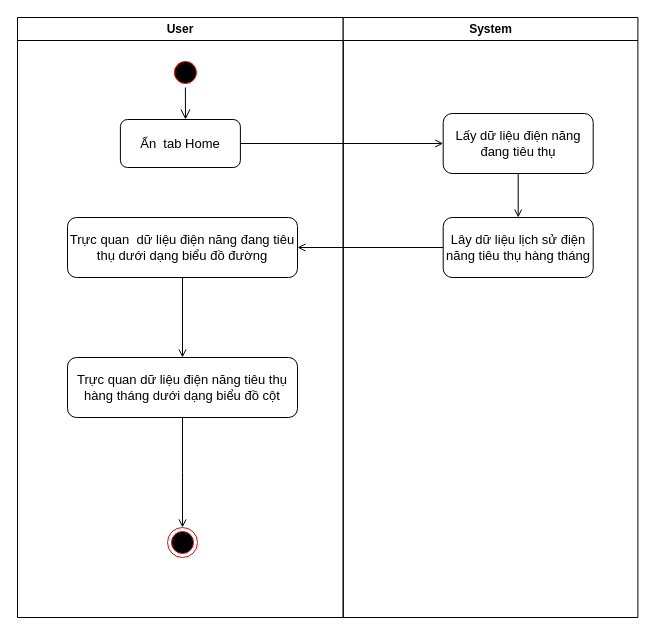
This is page "Page-2" (2 of 6) of client/Untitled Diagram.drawio from pham-phuc/App_do_an, a draw.io file, before an edit. Source tidied: cells renumbered, new cells numbered last; positions are measured from the earlier drawing's top-left corner, leaving out a move shared by most shapes. Both pictures are drawn from the tidied source at 100%, with x=0, y=0 at pixel (17, 17).
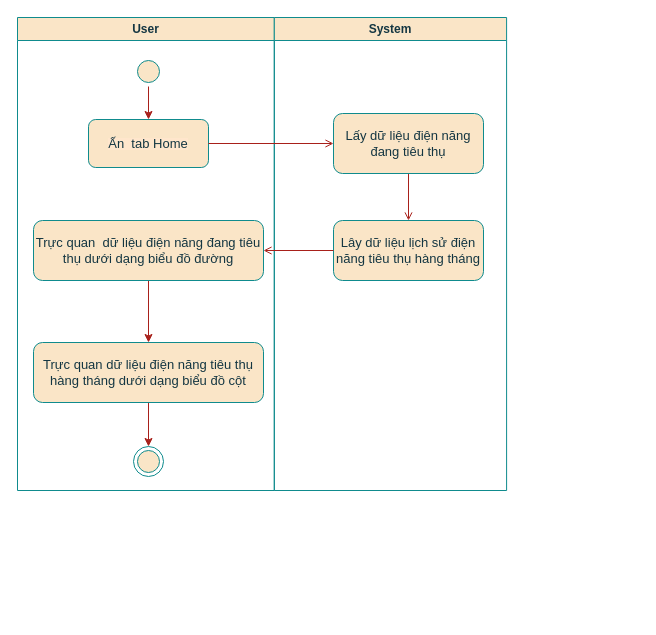
The same page after the edit.

Change to the diagram source:
```diff
@@
-    <mxCell id="2" value="User" style="swimlane;whiteSpace=wrap;" parent="1" vertex="1">
-      <mxGeometry width="325.7" height="600" as="geometry" />
+    <mxCell id="2" value="User" style="swimlane;whiteSpace=wrap;labelBackgroundColor=none;fillColor=#FAE5C7;strokeColor=#0F8B8D;fontColor=#143642;" parent="1" vertex="1">
+      <mxGeometry width="256.8" height="473" as="geometry" />
     </mxCell>
+    <mxCell id="18" style="edgeStyle=orthogonalEdgeStyle;rounded=0;jettySize=auto;html=1;strokeColor=#A8201A;fontColor=#143642;fillColor=#FAE5C7;" parent="2" edge="1" source="3" target="5">
+      <mxGeometry relative="1" as="geometry" />
+    </mxCell>
-    <mxCell id="3" style="ellipse;shape=startState;fillColor=#000000;strokeColor=#ff0000;" parent="2" vertex="1">
-      <mxGeometry x="152.9" y="40" width="30" height="30" as="geometry" />
+    <mxCell id="3" style="ellipse;shape=startState;fillColor=#FAE5C7;strokeColor=#0F8B8D;labelBackgroundColor=none;fontColor=#143642;" parent="2" vertex="1">
+      <mxGeometry x="116" y="39" width="30" height="30" as="geometry" />
     </mxCell>
-    <mxCell id="4" style="edgeStyle=elbowEdgeStyle;elbow=horizontal;verticalAlign=bottom;endArrow=open;endSize=8;strokeColor=#000000;endFill=1;rounded=0;" parent="2" edge="1" source="3">
-      <mxGeometry x="100" y="40" as="geometry">
-        <mxPoint x="167.9" y="102" as="targetPoint" />
-      </mxGeometry>
-    </mxCell>
-    <mxCell id="5" value="&lt;span style=&quot;text-wrap-mode: nowrap; background-color: rgb(251, 251, 251);&quot;&gt;&lt;font style=&quot;font-size: 13px;&quot;&gt;Ấn&amp;nbsp; tab Home&lt;/font&gt;&lt;/span&gt;" style="rounded=1;whiteSpace=wrap;html=1;fontFamily=Helvetica;fontSize=11;fontColor=default;labelBackgroundColor=default;" parent="2" vertex="1">
-      <mxGeometry x="102.9" y="102" width="120" height="48" as="geometry" />
+    <mxCell id="5" value="&lt;span style=&quot;text-wrap-mode: nowrap; background-color: rgb(255, 230, 204);&quot;&gt;&lt;font style=&quot;font-size: 13px;&quot;&gt;Ấn&amp;nbsp; tab Home&lt;/font&gt;&lt;/span&gt;" style="rounded=1;whiteSpace=wrap;html=1;fontFamily=Helvetica;fontSize=11;fontColor=#143642;labelBackgroundColor=none;fillColor=#FAE5C7;strokeColor=#0F8B8D;" parent="2" vertex="1">
+      <mxGeometry x="71" y="102" width="120" height="48" as="geometry" />
     </mxCell>
-    <mxCell id="6" style="edgeStyle=orthogonalEdgeStyle;rounded=0;orthogonalLoop=1;jettySize=auto;html=1;exitX=0.5;exitY=1;exitDx=0;exitDy=0;" parent="2" edge="1">
+    <mxCell id="6" style="edgeStyle=orthogonalEdgeStyle;rounded=0;orthogonalLoop=1;jettySize=auto;html=1;exitX=0.5;exitY=1;exitDx=0;exitDy=0;labelBackgroundColor=none;strokeColor=#A8201A;fontColor=default;" parent="2" edge="1">
       <mxGeometry relative="1" as="geometry">
         <mxPoint x="110" y="508" as="sourcePoint" />
         <mxPoint x="110" y="508" as="targetPoint" />
       </mxGeometry>
     </mxCell>
-    <mxCell id="7" style="edgeStyle=orthogonalEdgeStyle;shape=connector;rounded=0;jettySize=auto;html=1;strokeColor=default;align=center;verticalAlign=middle;fontFamily=Helvetica;fontSize=11;fontColor=default;labelBackgroundColor=default;endArrow=open;endFill=0;" parent="2" edge="1" source="8" target="10">
+    <mxCell id="7" style="edgeStyle=orthogonalEdgeStyle;rounded=0;jettySize=auto;html=1;strokeColor=#A8201A;fontColor=#143642;fillColor=#FAE5C7;" parent="2" edge="1" source="8" target="10">
       <mxGeometry relative="1" as="geometry" />
     </mxCell>
-    <mxCell id="8" value="&lt;font style=&quot;font-size: 13px;&quot;&gt;Trực quan&amp;nbsp; dữ liệu điện năng đang tiêu thụ dưới dạng biểu đồ đường&lt;/font&gt;" style="whiteSpace=wrap;html=1;fontSize=11;rounded=1;labelBackgroundColor=default;" parent="2" vertex="1">
-      <mxGeometry x="50" y="200" width="230" height="60" as="geometry" />
+    <mxCell id="8" value="&lt;font style=&quot;font-size: 13px;&quot;&gt;Trực quan&amp;nbsp; dữ liệu điện năng đang tiêu thụ dưới dạng biểu đồ đường&lt;/font&gt;" style="whiteSpace=wrap;html=1;fontSize=11;rounded=1;labelBackgroundColor=none;fillColor=#FAE5C7;strokeColor=#0F8B8D;fontColor=#143642;" parent="2" vertex="1">
+      <mxGeometry x="16" y="203" width="230" height="60" as="geometry" />
     </mxCell>
-    <mxCell id="9" style="edgeStyle=orthogonalEdgeStyle;shape=connector;rounded=0;jettySize=auto;html=1;strokeColor=default;align=center;verticalAlign=middle;fontFamily=Helvetica;fontSize=11;fontColor=default;labelBackgroundColor=default;endArrow=open;endFill=0;" parent="2" edge="1" source="10">
-      <mxGeometry relative="1" as="geometry">
-        <mxPoint x="165" y="510" as="targetPoint" />
-      </mxGeometry>
-    </mxCell>
+    <mxCell id="19" style="edgeStyle=orthogonalEdgeStyle;rounded=0;jettySize=auto;html=1;strokeColor=#A8201A;fontColor=#143642;fillColor=#FAE5C7;" parent="2" edge="1" source="10" target="11">
+      <mxGeometry relative="1" as="geometry" />
+    </mxCell>
-    <mxCell id="10" value="&lt;span style=&quot;font-size: 13px;&quot;&gt;Trực quan dữ liệu điện năng tiêu thụ hàng tháng dưới dạng biểu đồ cột&lt;/span&gt;" style="whiteSpace=wrap;html=1;fontSize=11;rounded=1;labelBackgroundColor=default;" parent="2" vertex="1">
-      <mxGeometry x="50" y="340" width="230" height="60" as="geometry" />
+    <mxCell id="10" value="&lt;span style=&quot;font-size: 13px;&quot;&gt;Trực quan dữ liệu điện năng tiêu thụ hàng tháng dưới dạng biểu đồ cột&lt;/span&gt;" style="whiteSpace=wrap;html=1;fontSize=11;rounded=1;labelBackgroundColor=none;fillColor=#FAE5C7;strokeColor=#0F8B8D;fontColor=#143642;" parent="2" vertex="1">
+      <mxGeometry x="16" y="325" width="230" height="60" as="geometry" />
     </mxCell>
-    <mxCell id="11" style="ellipse;html=1;shape=endState;fillColor=#000000;strokeColor=#ff0000;fontFamily=Helvetica;fontSize=11;fontColor=default;labelBackgroundColor=default;" parent="2" vertex="1">
-      <mxGeometry x="150" y="510" width="30" height="30" as="geometry" />
+    <mxCell id="11" style="ellipse;html=1;shape=endState;fillColor=#FAE5C7;strokeColor=#0F8B8D;fontFamily=Helvetica;fontSize=11;fontColor=#143642;labelBackgroundColor=none;" parent="2" vertex="1">
+      <mxGeometry x="116" y="429" width="30" height="30" as="geometry" />
     </mxCell>
-    <mxCell id="12" value="System" style="swimlane;whiteSpace=wrap;" parent="1" vertex="1">
-      <mxGeometry x="325.7" width="294.7" height="600" as="geometry" />
+    <mxCell id="12" value="System" style="swimlane;whiteSpace=wrap;labelBackgroundColor=none;fillColor=#FAE5C7;strokeColor=#0F8B8D;fontColor=#143642;" parent="1" vertex="1">
+      <mxGeometry x="256.8" width="232.3" height="473" as="geometry" />
     </mxCell>
-    <mxCell id="13" style="edgeStyle=orthogonalEdgeStyle;shape=connector;rounded=0;jettySize=auto;html=1;strokeColor=default;align=center;verticalAlign=middle;fontFamily=Helvetica;fontSize=11;fontColor=default;labelBackgroundColor=default;endArrow=open;endFill=0;" parent="12" edge="1" source="14" target="15">
+    <mxCell id="13" style="edgeStyle=orthogonalEdgeStyle;shape=connector;rounded=0;jettySize=auto;html=1;strokeColor=#A8201A;align=center;verticalAlign=middle;fontFamily=Helvetica;fontSize=11;fontColor=default;labelBackgroundColor=none;endArrow=open;endFill=0;" parent="12" edge="1" source="14" target="15">
       <mxGeometry relative="1" as="geometry" />
     </mxCell>
-    <mxCell id="14" value="&lt;font style=&quot;font-size: 13px;&quot;&gt;Lấy dữ liệu điện năng đang tiêu thụ&lt;/font&gt;" style="whiteSpace=wrap;html=1;fontSize=11;rounded=1;labelBackgroundColor=default;" parent="12" vertex="1">
-      <mxGeometry x="100" y="96" width="150" height="60" as="geometry" />
+    <mxCell id="14" value="&lt;font style=&quot;font-size: 13px;&quot;&gt;Lấy dữ liệu điện năng đang tiêu thụ&lt;/font&gt;" style="whiteSpace=wrap;html=1;fontSize=11;rounded=1;labelBackgroundColor=none;fillColor=#FAE5C7;strokeColor=#0F8B8D;fontColor=#143642;" parent="12" vertex="1">
+      <mxGeometry x="59.2" y="96" width="150" height="60" as="geometry" />
     </mxCell>
-    <mxCell id="15" value="&lt;font style=&quot;font-size: 13px;&quot;&gt;Lây dữ liệu lịch sử điện năng tiêu thụ hàng tháng&lt;/font&gt;" style="whiteSpace=wrap;html=1;fontSize=11;rounded=1;labelBackgroundColor=default;" parent="12" vertex="1">
-      <mxGeometry x="100" y="200" width="150" height="60" as="geometry" />
+    <mxCell id="15" value="&lt;font style=&quot;font-size: 13px;&quot;&gt;Lây dữ liệu lịch sử điện năng tiêu thụ hàng tháng&lt;/font&gt;" style="whiteSpace=wrap;html=1;fontSize=11;rounded=1;labelBackgroundColor=none;fillColor=#FAE5C7;strokeColor=#0F8B8D;fontColor=#143642;" parent="12" vertex="1">
+      <mxGeometry x="59.2" y="203" width="150" height="60" as="geometry" />
     </mxCell>
-    <mxCell id="16" style="edgeStyle=orthogonalEdgeStyle;shape=connector;rounded=0;jettySize=auto;html=1;strokeColor=default;align=center;verticalAlign=middle;fontFamily=Helvetica;fontSize=11;fontColor=default;labelBackgroundColor=default;endArrow=open;endFill=0;" parent="1" edge="1" source="5" target="14">
+    <mxCell id="16" style="edgeStyle=orthogonalEdgeStyle;shape=connector;rounded=0;jettySize=auto;html=1;strokeColor=#A8201A;align=center;verticalAlign=middle;fontFamily=Helvetica;fontSize=11;fontColor=default;labelBackgroundColor=none;endArrow=open;endFill=0;" parent="1" edge="1" source="5" target="14">
       <mxGeometry relative="1" as="geometry" />
     </mxCell>
-    <mxCell id="17" style="edgeStyle=orthogonalEdgeStyle;shape=connector;rounded=0;jettySize=auto;html=1;strokeColor=default;align=center;verticalAlign=middle;fontFamily=Helvetica;fontSize=11;fontColor=default;labelBackgroundColor=default;endArrow=open;endFill=0;" parent="1" edge="1" source="15" target="8">
+    <mxCell id="17" style="edgeStyle=orthogonalEdgeStyle;shape=connector;rounded=0;jettySize=auto;html=1;strokeColor=#A8201A;align=center;verticalAlign=middle;fontFamily=Helvetica;fontSize=11;fontColor=default;labelBackgroundColor=none;endArrow=open;endFill=0;" parent="1" edge="1" source="15" target="8">
       <mxGeometry relative="1" as="geometry" />
     </mxCell>
```
